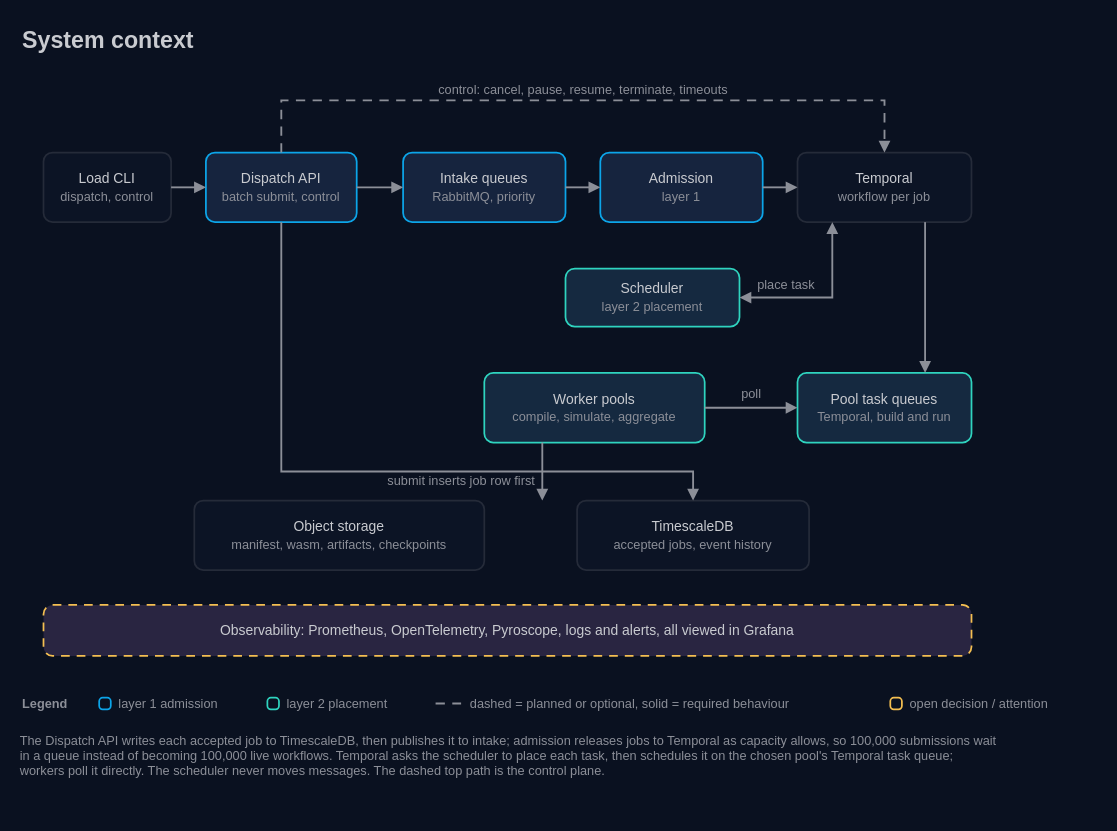
Before: docs/architecture/01-system-context.drawio in AndoNorth/wasm-dag-forge, a draw.io diagram. Source tidied: cells renumbered, new cells numbered last; positions are measured from the earlier drawing's top-left corner, leaving out a move shared by most shapes. Both pictures are drawn from the tidied source at 116%, with x=0, y=0 at pixel (20, 20).
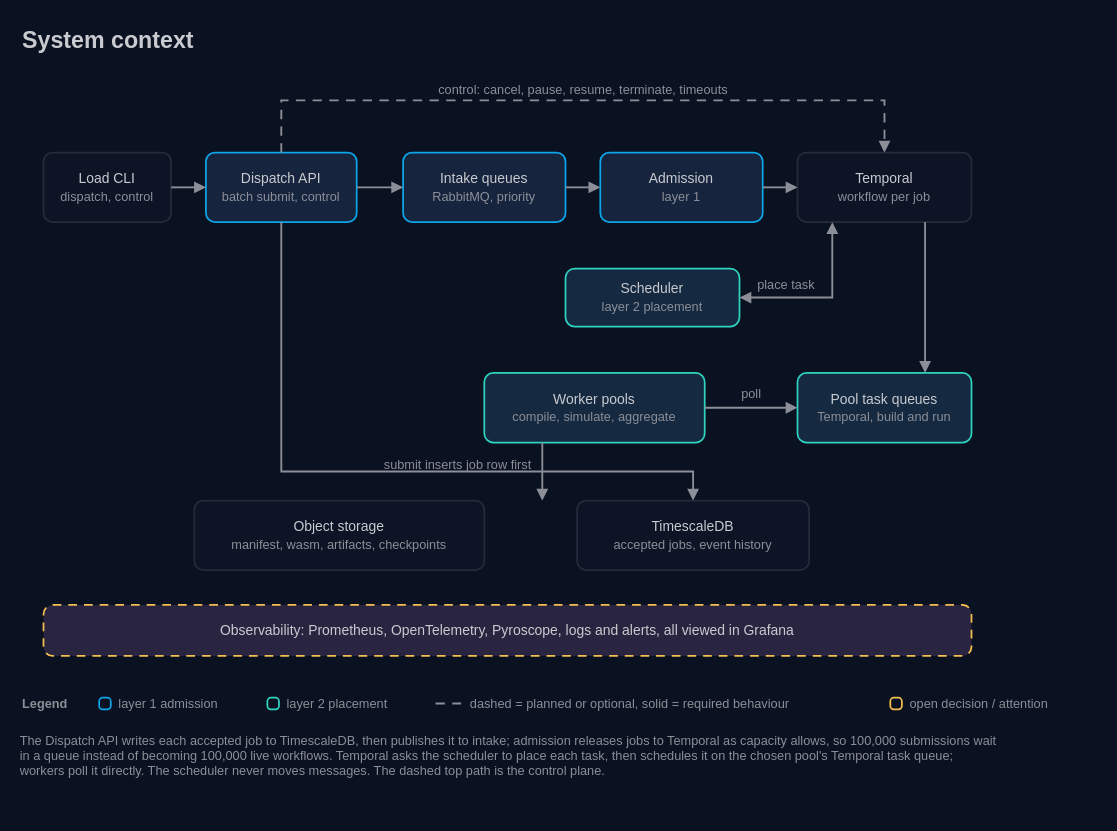
The same diagram, later.

Diff of the diagram source:
```diff
@@
-    <mxCell id="17" value="submit inserts job row first" style="text;html=1;strokeColor=none;fillColor=none;align=center;verticalAlign=middle;whiteSpace=nowrap;fontColor=#8c8f98;fontSize=11;fontFamily=IBM Plex Sans;spacing=0;spacingLeft=0;" parent="1" vertex="1">
-      <mxGeometry x="297.6" y="388" width="164.8" height="18" as="geometry" />
+    <mxCell id="17" value="submit inserts job row first" style="text;html=1;strokeColor=none;fillColor=none;align=right;verticalAlign=middle;whiteSpace=nowrap;fontColor=#8c8f98;fontSize=11;fontFamily=IBM Plex Sans;spacing=0;spacingLeft=0;" parent="1" vertex="1">
+      <mxGeometry x="275.2" y="374" width="164.8" height="18" as="geometry" />
     </mxCell>
```
